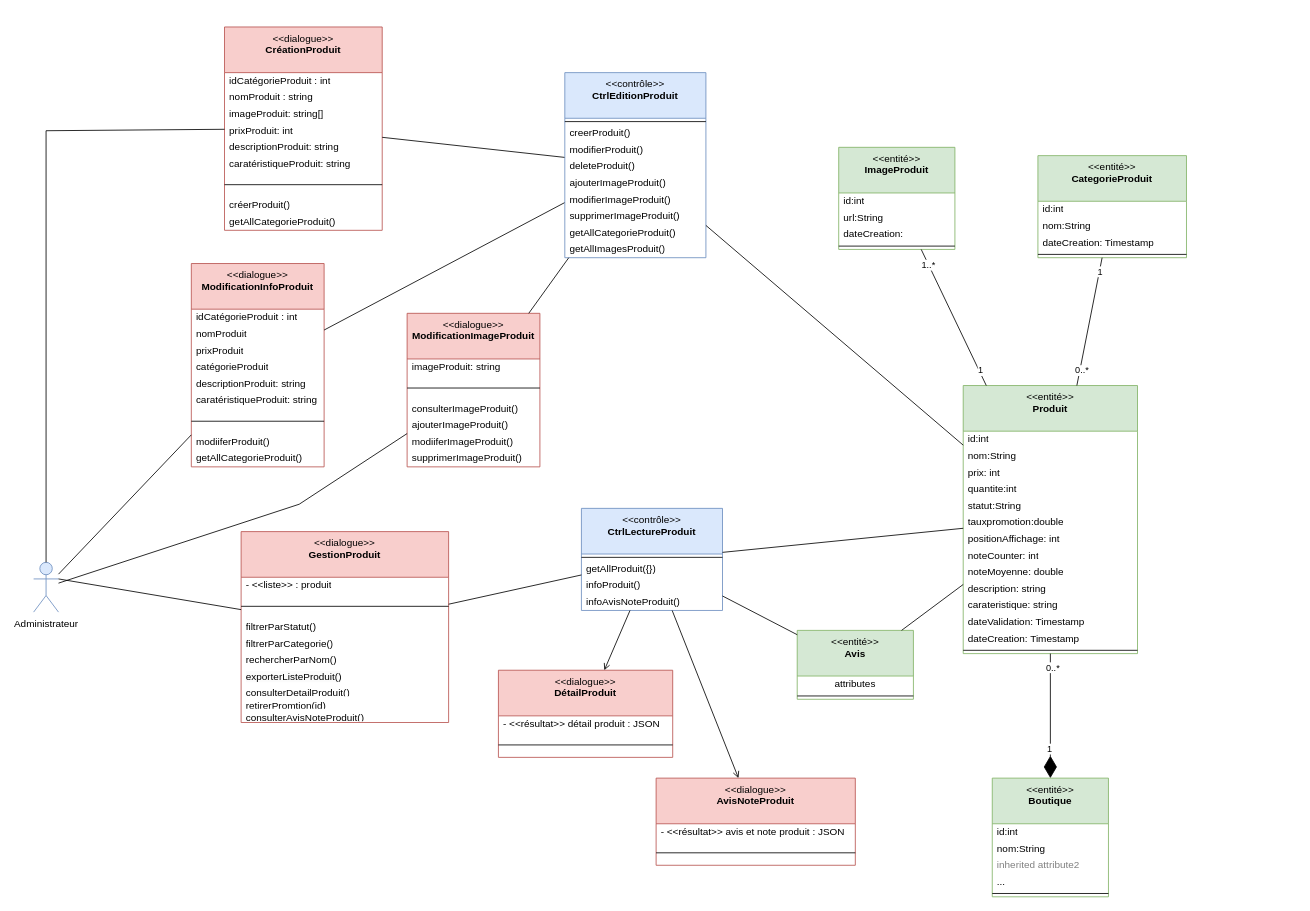
Above: page "CRUD et Avis produit" (1 of 3) of Diagramme-dcp-katina.drawio in kbvac/Diagramme-UML (draw.io), before the change. Source tidied: cells renumbered, new cells numbered last; positions are measured from the earlier drawing's top-left corner, leaving out a move shared by most shapes. Both pictures are drawn from the tidied source at 83%, with x=0, y=0 at pixel (33, 27).
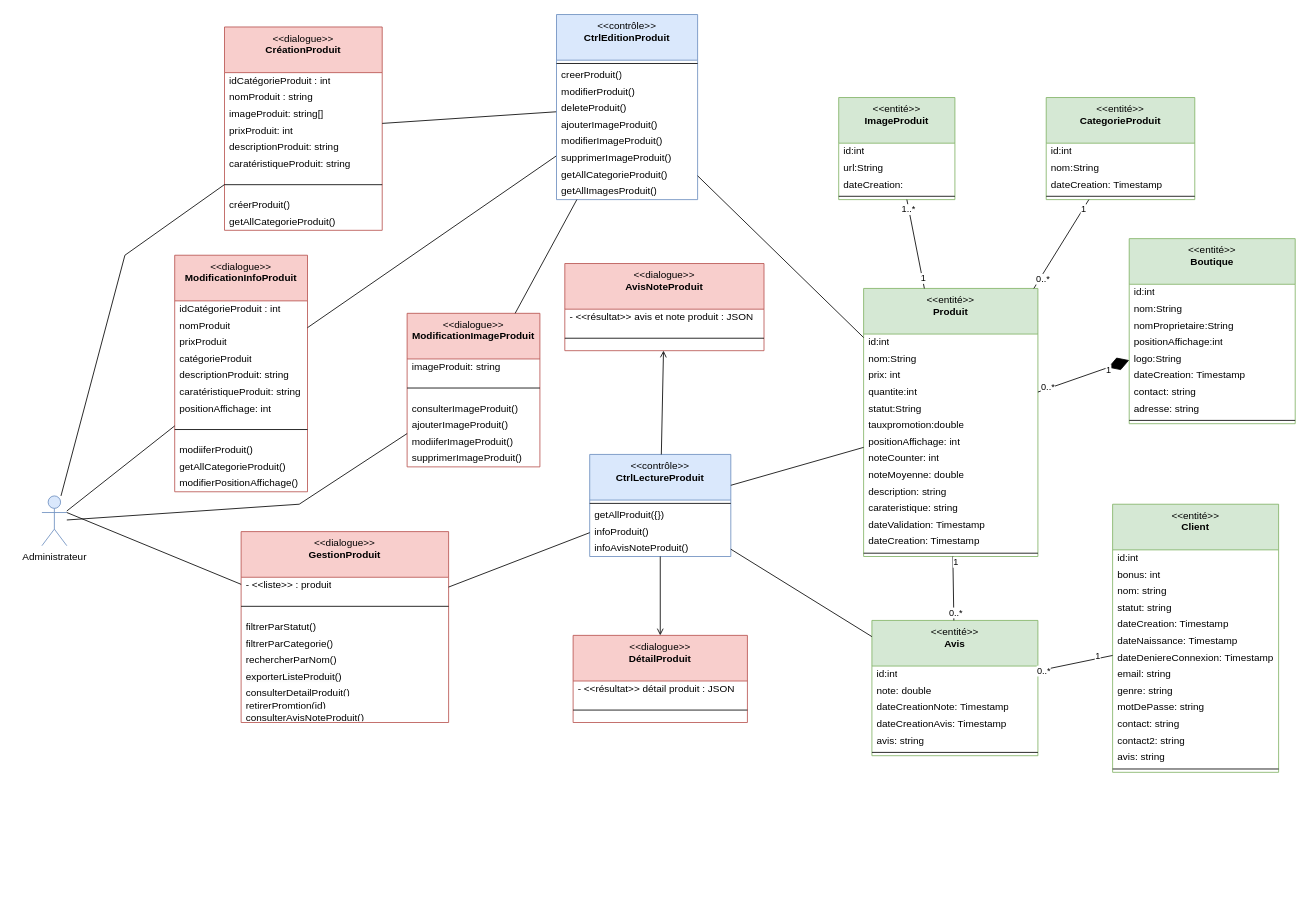
The same diagram, later.

Commit message (it also covers changes not shown here):
Mettre à jour Diagramme-dcp-katina.drawio

Unchanged cells that the change refers to:
```xml
<mxCell id="18" value="&amp;lt;&amp;lt;dialogue&amp;gt;&amp;gt;&lt;br&gt;&lt;b&gt;CréationProduit&lt;br&gt;&lt;br&gt;&lt;/b&gt;" style="swimlane;fontStyle=0;align=center;verticalAlign=top;horizontal=1;startSize=55;html=1;whiteSpace=wrap;fillColor=#f8cecc;strokeColor=#b85450;" parent="1" vertex="1">
  <mxGeometry x="230" width="190" height="245" as="geometry" />
</mxCell>
<mxCell id="117" style="endArrow=none;startArrow=none;endFill=0;startFill=0;endSize=8;html=1;verticalAlign=bottom;labelBackgroundColor=none;strokeWidth=1;rounded=0;" parent="1" edge="1" source="68" target="43">
  <mxGeometry relative="1" as="geometry" />
</mxCell>
```

Change to the diagram source:
```diff
@@
     <mxCell id="2" value="Administrateur" style="shape=umlActor;verticalLabelPosition=bottom;verticalAlign=top;html=1;fillColor=#dae8fc;strokeColor=#6c8ebf;" parent="1" vertex="1">
-      <mxGeometry y="645" width="30" height="60" as="geometry" />
+      <mxGeometry x="10" y="565" width="30" height="60" as="geometry" />
     </mxCell>
@@
     <mxCell id="13" value="&amp;lt;&amp;lt;contrôle&amp;gt;&amp;gt;&lt;br&gt;&lt;b&gt;CtrlLectureProduit&lt;/b&gt;" style="swimlane;fontStyle=0;align=center;verticalAlign=top;horizontal=1;startSize=55;html=1;whiteSpace=wrap;fillColor=#dae8fc;strokeColor=#6c8ebf;" parent="1" vertex="1">
-      <mxGeometry x="660" y="580" width="170" height="123" as="geometry" />
+      <mxGeometry x="670" y="515" width="170" height="123" as="geometry" />
     </mxCell>
@@
     <mxCell id="29" style="endArrow=none;startArrow=none;endFill=0;startFill=0;endSize=8;html=1;verticalAlign=bottom;labelBackgroundColor=none;strokeWidth=1;rounded=0;" parent="1" edge="1" source="2" target="18">
       <mxGeometry relative="1" as="geometry">
         <Array as="points">
-          <mxPoint x="15" y="125" />
+          <mxPoint x="110" y="275" />
         </Array>
       </mxGeometry>
     </mxCell>
@@
     <mxCell id="31" value="&amp;lt;&amp;lt;dialogue&amp;gt;&amp;gt;&lt;br&gt;&lt;b&gt;ModificationInfoProduit&lt;br&gt;&lt;/b&gt;" style="swimlane;fontStyle=0;align=center;verticalAlign=top;horizontal=1;startSize=55;html=1;whiteSpace=wrap;fillColor=#f8cecc;strokeColor=#b85450;" parent="1" vertex="1">
-      <mxGeometry x="190" y="285" width="160" height="245" as="geometry" />
+      <mxGeometry x="170" y="275" width="160" height="285" as="geometry" />
     </mxCell>
@@
+    <mxCell id="118" value="positionAffichage: int" style="text;html=1;strokeColor=none;fillColor=none;align=left;verticalAlign=middle;spacingLeft=4;spacingRight=4;overflow=hidden;whiteSpace=wrap;" parent="31" vertex="1">
+      <mxGeometry y="175" width="160" height="20" as="geometry" />
+    </mxCell>
     <mxCell id="38" style="line;strokeWidth=1;fillColor=none;align=left;verticalAlign=middle;spacingTop=-1;spacingLeft=3;spacingRight=3;labelPosition=right;" parent="31" vertex="1">
-      <mxGeometry y="175" width="160" height="30" as="geometry" />
+      <mxGeometry y="195" width="160" height="30" as="geometry" />
     </mxCell>
     <mxCell id="39" value="modiiferProduit()" style="text;html=1;strokeColor=none;fillColor=none;align=left;verticalAlign=middle;spacingLeft=4;spacingRight=4;overflow=hidden;whiteSpace=wrap;" parent="31" vertex="1">
-      <mxGeometry y="205" width="160" height="20" as="geometry" />
+      <mxGeometry y="225" width="160" height="20" as="geometry" />
     </mxCell>
     <mxCell id="40" value="getAllCategorieProduit()" style="text;html=1;strokeColor=none;fillColor=none;align=left;verticalAlign=middle;spacingLeft=4;spacingRight=4;overflow=hidden;whiteSpace=wrap;" parent="31" vertex="1">
-      <mxGeometry y="225" width="160" height="20" as="geometry" />
+      <mxGeometry y="245" width="160" height="20" as="geometry" />
     </mxCell>
+    <mxCell id="119" value="modifierPositionAffichage()" style="text;html=1;strokeColor=none;fillColor=none;align=left;verticalAlign=middle;spacingLeft=4;spacingRight=4;overflow=hidden;whiteSpace=wrap;" parent="31" vertex="1">
+      <mxGeometry y="265" width="160" height="20" as="geometry" />
+    </mxCell>
@@
     <mxCell id="43" value="&amp;lt;&amp;lt;entité&amp;gt;&amp;gt;&lt;br&gt;&lt;b&gt;Produit&lt;/b&gt;" style="swimlane;fontStyle=0;align=center;verticalAlign=top;horizontal=1;startSize=55;html=1;whiteSpace=wrap;fillColor=#d5e8d4;strokeColor=#82b366;" parent="1" vertex="1">
-      <mxGeometry x="1120" y="432" width="210" height="323" as="geometry" />
+      <mxGeometry x="1000" y="315" width="210" height="323" as="geometry" />
     </mxCell>
@@
     <mxCell id="59" value="&amp;lt;&amp;lt;entité&amp;gt;&amp;gt;&lt;br&gt;&lt;b&gt;Boutique&lt;/b&gt;" style="swimlane;fontStyle=0;align=center;verticalAlign=top;horizontal=1;startSize=55;html=1;whiteSpace=wrap;fillColor=#d5e8d4;strokeColor=#82b366;" parent="1" vertex="1">
-      <mxGeometry x="1155" y="905" width="140" height="143" as="geometry" />
+      <mxGeometry x="1320" y="255" width="200" height="223" as="geometry" />
     </mxCell>
     <mxCell id="60" value="id:int" style="text;html=1;strokeColor=none;fillColor=none;align=left;verticalAlign=middle;spacingLeft=4;spacingRight=4;overflow=hidden;whiteSpace=wrap;" parent="59" vertex="1">
-      <mxGeometry y="55" width="140" height="20" as="geometry" />
+      <mxGeometry y="55" width="200" height="20" as="geometry" />
     </mxCell>
     <mxCell id="61" value="nom:String" style="text;html=1;strokeColor=none;fillColor=none;align=left;verticalAlign=middle;spacingLeft=4;spacingRight=4;overflow=hidden;whiteSpace=wrap;" parent="59" vertex="1">
-      <mxGeometry y="75" width="140" height="20" as="geometry" />
+      <mxGeometry y="75" width="200" height="20" as="geometry" />
     </mxCell>
-    <mxCell id="62" value="inherited attribute2" style="text;html=1;strokeColor=none;fillColor=none;align=left;verticalAlign=middle;spacingLeft=4;spacingRight=4;overflow=hidden;fontColor=#808080;whiteSpace=wrap;" parent="59" vertex="1">
-      <mxGeometry y="95" width="140" height="20" as="geometry" />
-    </mxCell>
-    <mxCell id="63" value="..." style="text;html=1;strokeColor=none;fillColor=none;align=left;verticalAlign=middle;spacingLeft=4;spacingRight=4;overflow=hidden;whiteSpace=wrap;" parent="59" vertex="1">
-      <mxGeometry y="115" width="140" height="20" as="geometry" />
-    </mxCell>
+    <mxCell id="120" value="nomProprietaire:String" style="text;html=1;strokeColor=none;fillColor=none;align=left;verticalAlign=middle;spacingLeft=4;spacingRight=4;overflow=hidden;whiteSpace=wrap;" parent="59" vertex="1">
+      <mxGeometry y="95" width="200" height="20" as="geometry" />
+    </mxCell>
+    <mxCell id="121" value="positionAffichage:int" style="text;html=1;strokeColor=none;fillColor=none;align=left;verticalAlign=middle;spacingLeft=4;spacingRight=4;overflow=hidden;whiteSpace=wrap;" parent="59" vertex="1">
+      <mxGeometry y="115" width="200" height="20" as="geometry" />
+    </mxCell>
+    <mxCell id="122" value="logo:String" style="text;html=1;strokeColor=none;fillColor=none;align=left;verticalAlign=middle;spacingLeft=4;spacingRight=4;overflow=hidden;whiteSpace=wrap;" parent="59" vertex="1">
+      <mxGeometry y="135" width="200" height="20" as="geometry" />
+    </mxCell>
+    <mxCell id="123" value="dateCreation: Timestamp" style="text;html=1;strokeColor=none;fillColor=none;align=left;verticalAlign=middle;spacingLeft=4;spacingRight=4;overflow=hidden;whiteSpace=wrap;" parent="59" vertex="1">
+      <mxGeometry y="155" width="200" height="20" as="geometry" />
+    </mxCell>
+    <mxCell id="124" value="contact: string" style="text;html=1;strokeColor=none;fillColor=none;align=left;verticalAlign=middle;spacingLeft=4;spacingRight=4;overflow=hidden;whiteSpace=wrap;" parent="59" vertex="1">
+      <mxGeometry y="175" width="200" height="20" as="geometry" />
+    </mxCell>
+    <mxCell id="125" value="adresse: string" style="text;html=1;strokeColor=none;fillColor=none;align=left;verticalAlign=middle;spacingLeft=4;spacingRight=4;overflow=hidden;whiteSpace=wrap;" parent="59" vertex="1">
+      <mxGeometry y="195" width="200" height="20" as="geometry" />
+    </mxCell>
     <mxCell id="64" style="line;strokeWidth=1;fillColor=none;align=left;verticalAlign=middle;spacingTop=-1;spacingLeft=3;spacingRight=3;labelPosition=right;" parent="59" vertex="1">
-      <mxGeometry y="135" width="140" height="8" as="geometry" />
+      <mxGeometry y="215" width="200" height="8" as="geometry" />
     </mxCell>
@@
     <mxCell id="68" value="&amp;lt;&amp;lt;entité&amp;gt;&amp;gt;&lt;br&gt;&lt;b&gt;Avis&lt;/b&gt;" style="swimlane;fontStyle=0;align=center;verticalAlign=top;horizontal=1;startSize=55;html=1;whiteSpace=wrap;fillColor=#d5e8d4;strokeColor=#82b366;" parent="1" vertex="1">
-      <mxGeometry x="920" y="727" width="140" height="83" as="geometry" />
+      <mxGeometry x="1010" y="715" width="200" height="163" as="geometry" />
     </mxCell>
-    <mxCell id="69" value="attributes" style="text;html=1;strokeColor=none;fillColor=none;align=center;verticalAlign=middle;spacingLeft=4;spacingRight=4;overflow=hidden;whiteSpace=wrap;" parent="68" vertex="1">
-      <mxGeometry y="55" width="140" height="20" as="geometry" />
-    </mxCell>
+    <mxCell id="126" value="id:int" style="text;html=1;strokeColor=none;fillColor=none;align=left;verticalAlign=middle;spacingLeft=4;spacingRight=4;overflow=hidden;whiteSpace=wrap;" parent="68" vertex="1">
+      <mxGeometry y="55" width="200" height="20" as="geometry" />
+    </mxCell>
+    <mxCell id="127" value="note: double" style="text;html=1;strokeColor=none;fillColor=none;align=left;verticalAlign=middle;spacingLeft=4;spacingRight=4;overflow=hidden;whiteSpace=wrap;" parent="68" vertex="1">
+      <mxGeometry y="75" width="200" height="20" as="geometry" />
+    </mxCell>
+    <mxCell id="128" value="dateCreationNote: Timestamp" style="text;html=1;strokeColor=none;fillColor=none;align=left;verticalAlign=middle;spacingLeft=4;spacingRight=4;overflow=hidden;whiteSpace=wrap;" parent="68" vertex="1">
+      <mxGeometry y="95" width="200" height="20" as="geometry" />
+    </mxCell>
+    <mxCell id="129" value="dateCreationAvis: Timestamp" style="text;html=1;strokeColor=none;fillColor=none;align=left;verticalAlign=middle;spacingLeft=4;spacingRight=4;overflow=hidden;whiteSpace=wrap;" parent="68" vertex="1">
+      <mxGeometry y="115" width="200" height="20" as="geometry" />
+    </mxCell>
+    <mxCell id="130" value="avis: string" style="text;html=1;strokeColor=none;fillColor=none;align=left;verticalAlign=middle;spacingLeft=4;spacingRight=4;overflow=hidden;whiteSpace=wrap;" parent="68" vertex="1">
+      <mxGeometry y="135" width="200" height="20" as="geometry" />
+    </mxCell>
     <mxCell id="70" style="line;strokeWidth=1;fillColor=none;align=left;verticalAlign=middle;spacingTop=-1;spacingLeft=3;spacingRight=3;labelPosition=right;" parent="68" vertex="1">
-      <mxGeometry y="75" width="140" height="8" as="geometry" />
+      <mxGeometry y="155" width="200" height="8" as="geometry" />
     </mxCell>
@@
     <mxCell id="72" value="&amp;lt;&amp;lt;dialogue&amp;gt;&amp;gt;&lt;br&gt;&lt;b&gt;DétailProduit&lt;br&gt;&lt;br&gt;&lt;/b&gt;" style="swimlane;fontStyle=0;align=center;verticalAlign=top;horizontal=1;startSize=55;html=1;whiteSpace=wrap;fillColor=#f8cecc;strokeColor=#b85450;" parent="1" vertex="1">
-      <mxGeometry x="560" y="775" width="210" height="105" as="geometry" />
+      <mxGeometry x="650" y="733" width="210" height="105" as="geometry" />
     </mxCell>
@@
     <mxCell id="76" value="&amp;lt;&amp;lt;dialogue&amp;gt;&amp;gt;&lt;br&gt;&lt;b&gt;AvisNoteProduit&lt;br&gt;&lt;br&gt;&lt;/b&gt;" style="swimlane;fontStyle=0;align=center;verticalAlign=top;horizontal=1;startSize=55;html=1;whiteSpace=wrap;fillColor=#f8cecc;strokeColor=#b85450;" parent="1" vertex="1">
-      <mxGeometry x="750" y="905" width="240" height="105" as="geometry" />
+      <mxGeometry x="640" y="285" width="240" height="105" as="geometry" />
     </mxCell>
@@
     <mxCell id="81" value="&amp;lt;&amp;lt;contrôle&amp;gt;&amp;gt;&lt;br&gt;&lt;b&gt;CtrlEditionProduit&lt;/b&gt;" style="swimlane;fontStyle=0;align=center;verticalAlign=top;horizontal=1;startSize=55;html=1;whiteSpace=wrap;fillColor=#dae8fc;strokeColor=#6c8ebf;" parent="1" vertex="1">
-      <mxGeometry x="640" y="55" width="170" height="223" as="geometry" />
+      <mxGeometry x="630" y="-15" width="170" height="223" as="geometry" />
     </mxCell>
@@
     <mxCell id="101" value="&amp;lt;&amp;lt;entité&amp;gt;&amp;gt;&lt;br&gt;&lt;b&gt;CategorieProduit&lt;/b&gt;" style="swimlane;fontStyle=0;align=center;verticalAlign=top;horizontal=1;startSize=55;html=1;whiteSpace=wrap;fillColor=#d5e8d4;strokeColor=#82b366;" parent="1" vertex="1">
-      <mxGeometry x="1210" y="155" width="179" height="123" as="geometry" />
+      <mxGeometry x="1220" y="85" width="179" height="123" as="geometry" />
     </mxCell>
@@
     <mxCell id="109" value="&amp;lt;&amp;lt;entité&amp;gt;&amp;gt;&lt;br&gt;&lt;b&gt;ImageProduit&lt;/b&gt;" style="swimlane;fontStyle=0;align=center;verticalAlign=top;horizontal=1;startSize=55;html=1;whiteSpace=wrap;fillColor=#d5e8d4;strokeColor=#82b366;" parent="1" vertex="1">
-      <mxGeometry x="970" y="145" width="140" height="123" as="geometry" />
+      <mxGeometry x="970" y="85" width="140" height="123" as="geometry" />
     </mxCell>
@@
+    <mxCell id="131" value="0..*" style="edgeLabel;html=1;align=center;verticalAlign=middle;" parent="117" vertex="1">
+      <mxGeometry x="-0.76" y="-2" relative="1" as="geometry" />
+    </mxCell>
+    <mxCell id="132" value="1" style="edgeLabel;html=1;align=center;verticalAlign=middle;" parent="117" vertex="1">
+      <mxGeometry x="0.83" y="-3" relative="1" as="geometry" />
+    </mxCell>
+    <mxCell id="133" value="&amp;lt;&amp;lt;entité&amp;gt;&amp;gt;&lt;br&gt;&lt;b&gt;Client&lt;/b&gt;" style="swimlane;fontStyle=0;align=center;verticalAlign=top;horizontal=1;startSize=55;html=1;whiteSpace=wrap;fillColor=#d5e8d4;strokeColor=#82b366;" parent="1" vertex="1">
+      <mxGeometry x="1300" y="575" width="200" height="323" as="geometry" />
+    </mxCell>
+    <mxCell id="134" value="id:int" style="text;html=1;strokeColor=none;fillColor=none;align=left;verticalAlign=middle;spacingLeft=4;spacingRight=4;overflow=hidden;whiteSpace=wrap;" parent="133" vertex="1">
+      <mxGeometry y="55" width="200" height="20" as="geometry" />
+    </mxCell>
+    <mxCell id="135" value="bonus: int" style="text;html=1;strokeColor=none;fillColor=none;align=left;verticalAlign=middle;spacingLeft=4;spacingRight=4;overflow=hidden;whiteSpace=wrap;" parent="133" vertex="1">
+      <mxGeometry y="75" width="200" height="20" as="geometry" />
+    </mxCell>
+    <mxCell id="136" value="nom: string" style="text;html=1;strokeColor=none;fillColor=none;align=left;verticalAlign=middle;spacingLeft=4;spacingRight=4;overflow=hidden;whiteSpace=wrap;" parent="133" vertex="1">
+      <mxGeometry y="95" width="200" height="20" as="geometry" />
+    </mxCell>
+    <mxCell id="137" value="statut: string" style="text;html=1;strokeColor=none;fillColor=none;align=left;verticalAlign=middle;spacingLeft=4;spacingRight=4;overflow=hidden;whiteSpace=wrap;" parent="133" vertex="1">
+      <mxGeometry y="115" width="200" height="20" as="geometry" />
+    </mxCell>
+    <mxCell id="138" value="dateCreation: Timestamp" style="text;html=1;strokeColor=none;fillColor=none;align=left;verticalAlign=middle;spacingLeft=4;spacingRight=4;overflow=hidden;whiteSpace=wrap;" parent="133" vertex="1">
+      <mxGeometry y="135" width="200" height="20" as="geometry" />
+    </mxCell>
+    <mxCell id="139" value="dateNaissance: Timestamp" style="text;html=1;strokeColor=none;fillColor=none;align=left;verticalAlign=middle;spacingLeft=4;spacingRight=4;overflow=hidden;whiteSpace=wrap;" parent="133" vertex="1">
+      <mxGeometry y="155" width="200" height="20" as="geometry" />
+    </mxCell>
+    <mxCell id="140" value="dateDeniereConnexion: Timestamp" style="text;html=1;strokeColor=none;fillColor=none;align=left;verticalAlign=middle;spacingLeft=4;spacingRight=4;overflow=hidden;whiteSpace=wrap;" parent="133" vertex="1">
+      <mxGeometry y="175" width="200" height="20" as="geometry" />
+    </mxCell>
+    <mxCell id="141" value="email: string" style="text;html=1;strokeColor=none;fillColor=none;align=left;verticalAlign=middle;spacingLeft=4;spacingRight=4;overflow=hidden;whiteSpace=wrap;" parent="133" vertex="1">
+      <mxGeometry y="195" width="200" height="20" as="geometry" />
+    </mxCell>
+    <mxCell id="142" value="genre: string" style="text;html=1;strokeColor=none;fillColor=none;align=left;verticalAlign=middle;spacingLeft=4;spacingRight=4;overflow=hidden;whiteSpace=wrap;" parent="133" vertex="1">
+      <mxGeometry y="215" width="200" height="20" as="geometry" />
+    </mxCell>
+    <mxCell id="143" value="motDePasse: string" style="text;html=1;strokeColor=none;fillColor=none;align=left;verticalAlign=middle;spacingLeft=4;spacingRight=4;overflow=hidden;whiteSpace=wrap;" parent="133" vertex="1">
+      <mxGeometry y="235" width="200" height="20" as="geometry" />
+    </mxCell>
+    <mxCell id="144" value="contact: string" style="text;html=1;strokeColor=none;fillColor=none;align=left;verticalAlign=middle;spacingLeft=4;spacingRight=4;overflow=hidden;whiteSpace=wrap;" parent="133" vertex="1">
+      <mxGeometry y="255" width="200" height="20" as="geometry" />
+    </mxCell>
+    <mxCell id="145" value="contact2: string" style="text;html=1;strokeColor=none;fillColor=none;align=left;verticalAlign=middle;spacingLeft=4;spacingRight=4;overflow=hidden;whiteSpace=wrap;" parent="133" vertex="1">
+      <mxGeometry y="275" width="200" height="20" as="geometry" />
+    </mxCell>
+    <mxCell id="146" value="avis: string" style="text;html=1;strokeColor=none;fillColor=none;align=left;verticalAlign=middle;spacingLeft=4;spacingRight=4;overflow=hidden;whiteSpace=wrap;" parent="133" vertex="1">
+      <mxGeometry y="295" width="200" height="20" as="geometry" />
+    </mxCell>
+    <mxCell id="147" style="line;strokeWidth=1;fillColor=none;align=left;verticalAlign=middle;spacingTop=-1;spacingLeft=3;spacingRight=3;labelPosition=right;" parent="133" vertex="1">
+      <mxGeometry y="315" width="200" height="8" as="geometry" />
+    </mxCell>
+    <mxCell id="148" style="endArrow=none;startArrow=none;endFill=0;startFill=0;endSize=8;html=1;verticalAlign=bottom;labelBackgroundColor=none;strokeWidth=1;rounded=0;" parent="1" edge="1" source="68" target="133">
+      <mxGeometry relative="1" as="geometry" />
+    </mxCell>
+    <mxCell id="149" value="1" style="edgeLabel;html=1;align=center;verticalAlign=middle;" parent="148" vertex="1">
+      <mxGeometry x="0.6" y="4" relative="1" as="geometry">
+        <mxPoint y="1" as="offset" />
+      </mxGeometry>
+    </mxCell>
+    <mxCell id="150" value="0..*" style="edgeLabel;html=1;align=center;verticalAlign=middle;" parent="148" vertex="1">
+      <mxGeometry x="-0.88" y="-1" relative="1" as="geometry" />
+    </mxCell>
```
